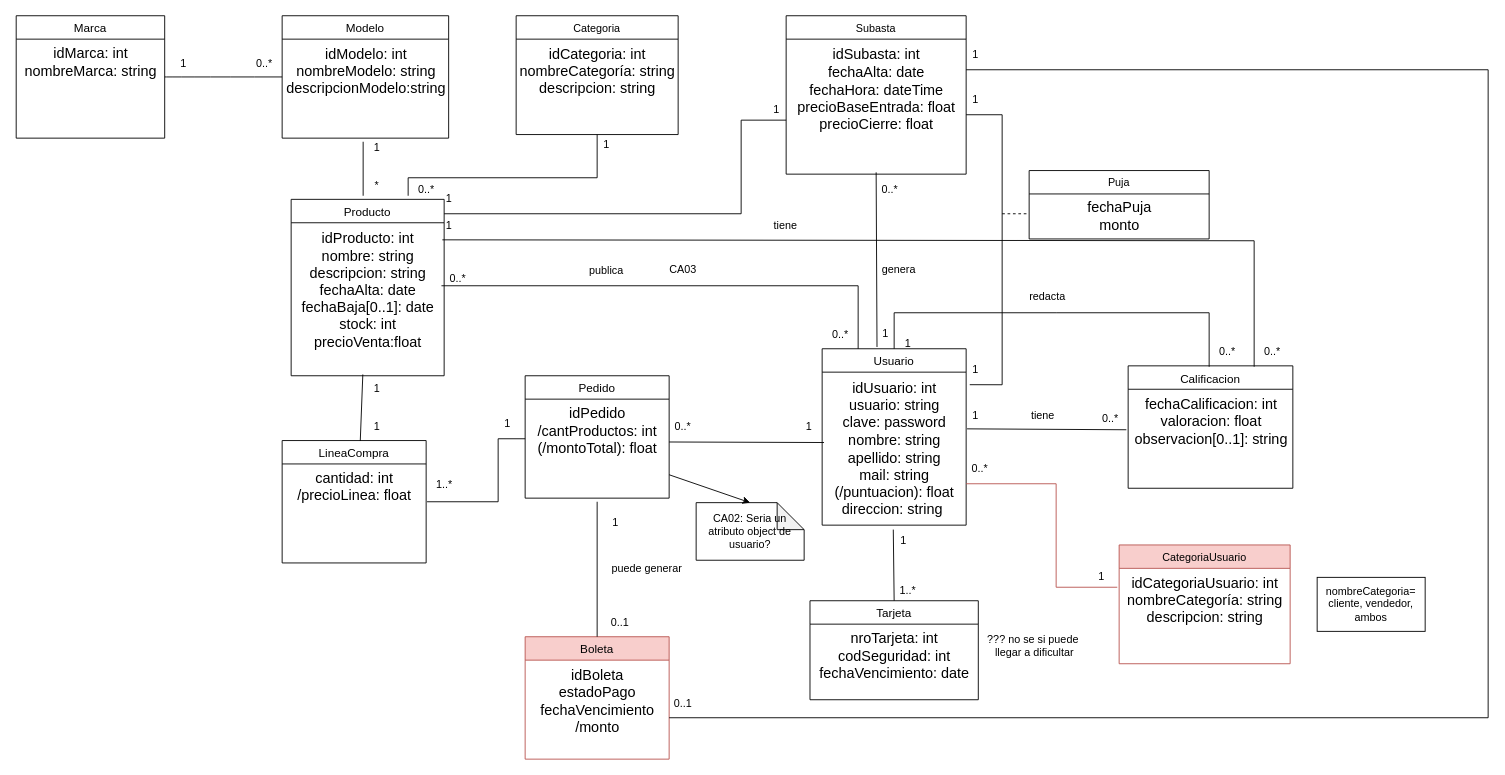
Above: docs/diagramaClasesGit.drawio in BorsatoMilton/CarGarage (draw.io), before the change. Source tidied: cells renumbered, new cells numbered last; positions are measured from the earlier drawing's top-left corner, leaving out a move shared by most shapes. Both pictures are drawn from the tidied source at 90%, with x=0, y=0 at pixel (15, 15).
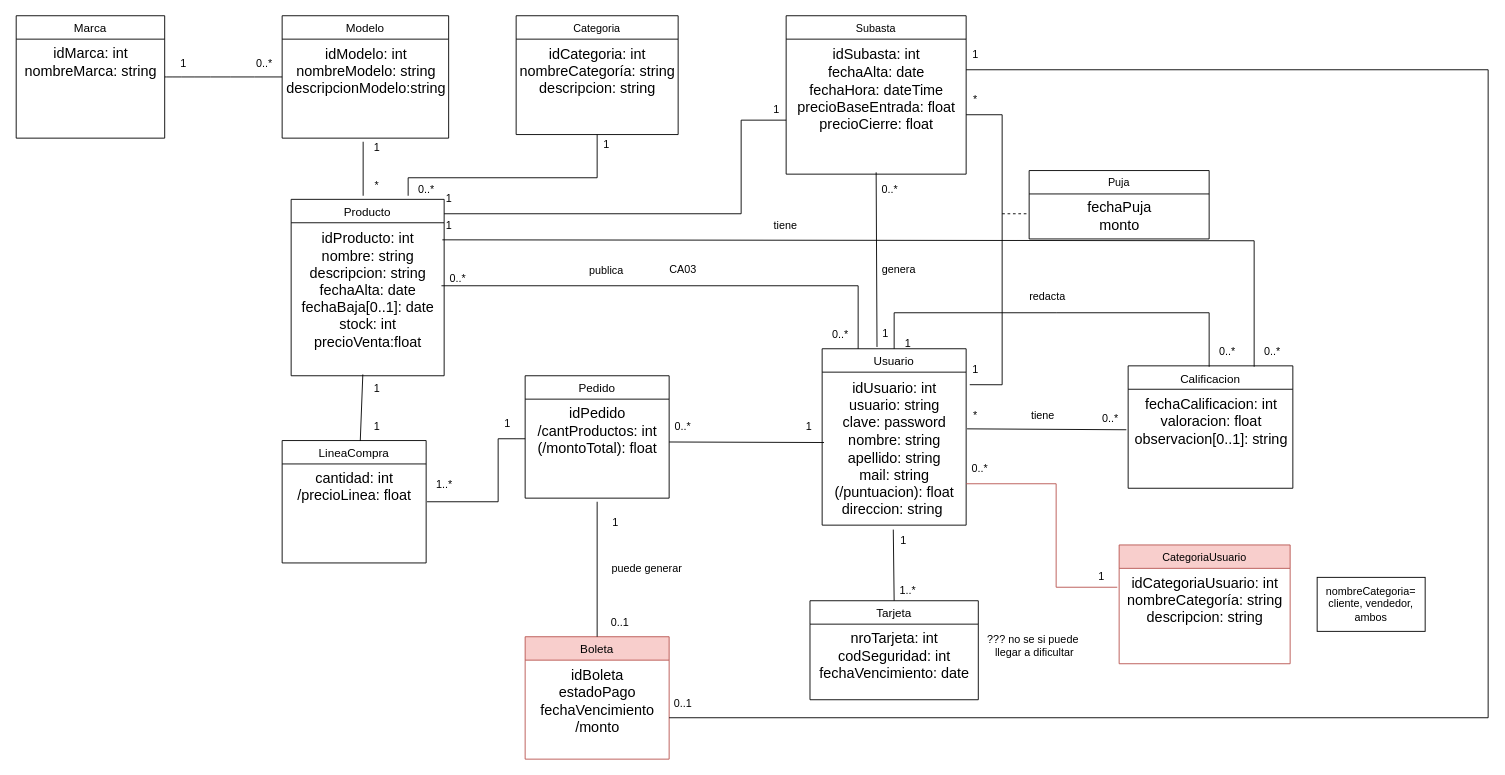
The same page after the edit.

What changed in the source:
```diff
@@
-    <mxCell id="16" value="1" style="text;html=1;align=center;verticalAlign=middle;points=[];strokeColor=none;fillColor=none;" parent="1" vertex="1">
+    <mxCell id="16" value="*" style="text;html=1;align=center;verticalAlign=middle;points=[];strokeColor=none;fillColor=none;" parent="1" vertex="1">
       <mxGeometry x="1051" y="430" width="30" height="30" as="geometry" />
     </mxCell>
@@
-    <mxCell id="28" value="CA02: Seria un atributo object de usuario?" style="shape=note;whiteSpace=wrap;html=1;backgroundOutline=1;darkOpacity=0.05;" parent="1" vertex="1">
-      <mxGeometry x="756" y="541" width="120" height="64" as="geometry" />
-    </mxCell>
-    <mxCell id="29" style="endArrow=classic;html=1;rounded=0;entryX=0.5;entryY=0;entryDx=0;entryDy=0;entryPerimeter=0;" parent="1" edge="1" target="28">
-      <mxGeometry relative="1" as="geometry">
-        <mxPoint x="726" y="510" as="sourcePoint" />
-      </mxGeometry>
-    </mxCell>
@@
-    <mxCell id="75" value="1" style="text;html=1;align=center;verticalAlign=middle;strokeColor=none;fillColor=none;" parent="1" vertex="1">
+    <mxCell id="75" value="*" style="text;html=1;align=center;verticalAlign=middle;strokeColor=none;fillColor=none;" parent="1" vertex="1">
       <mxGeometry x="1051" y="78" width="30" height="30" as="geometry" />
     </mxCell>
```
